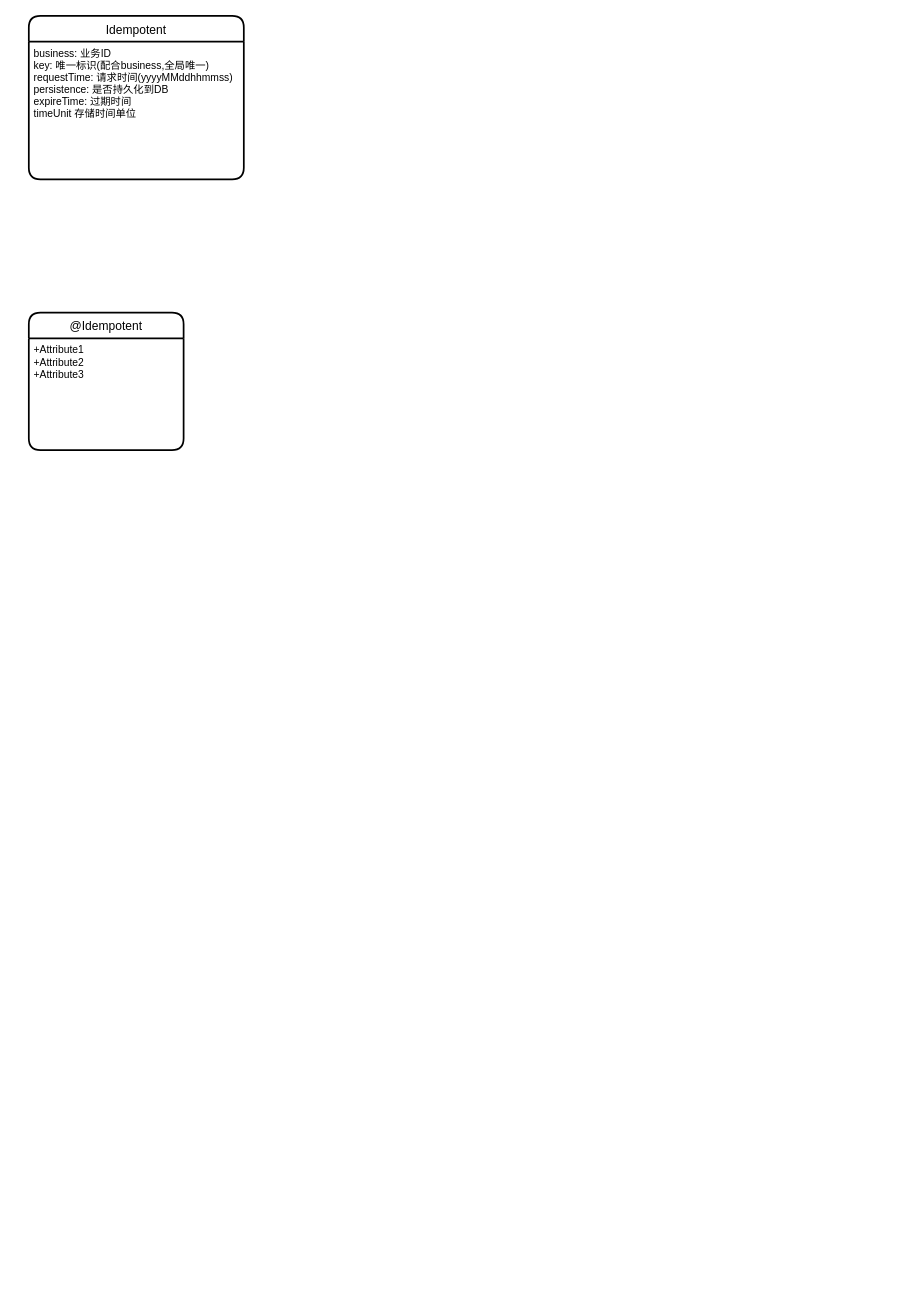
moriwuzhe/org-diagrams keeps this draw.io diagram as drawioes/幂等流程图.drawio. Above is the earlier version. Source tidied: cells renumbered, new cells numbered last; positions are measured from the earlier drawing's top-left corner, leaving out a move shared by most shapes. Both pictures are drawn from the tidied source at 86%, with x=0, y=0 at pixel (28, 15).
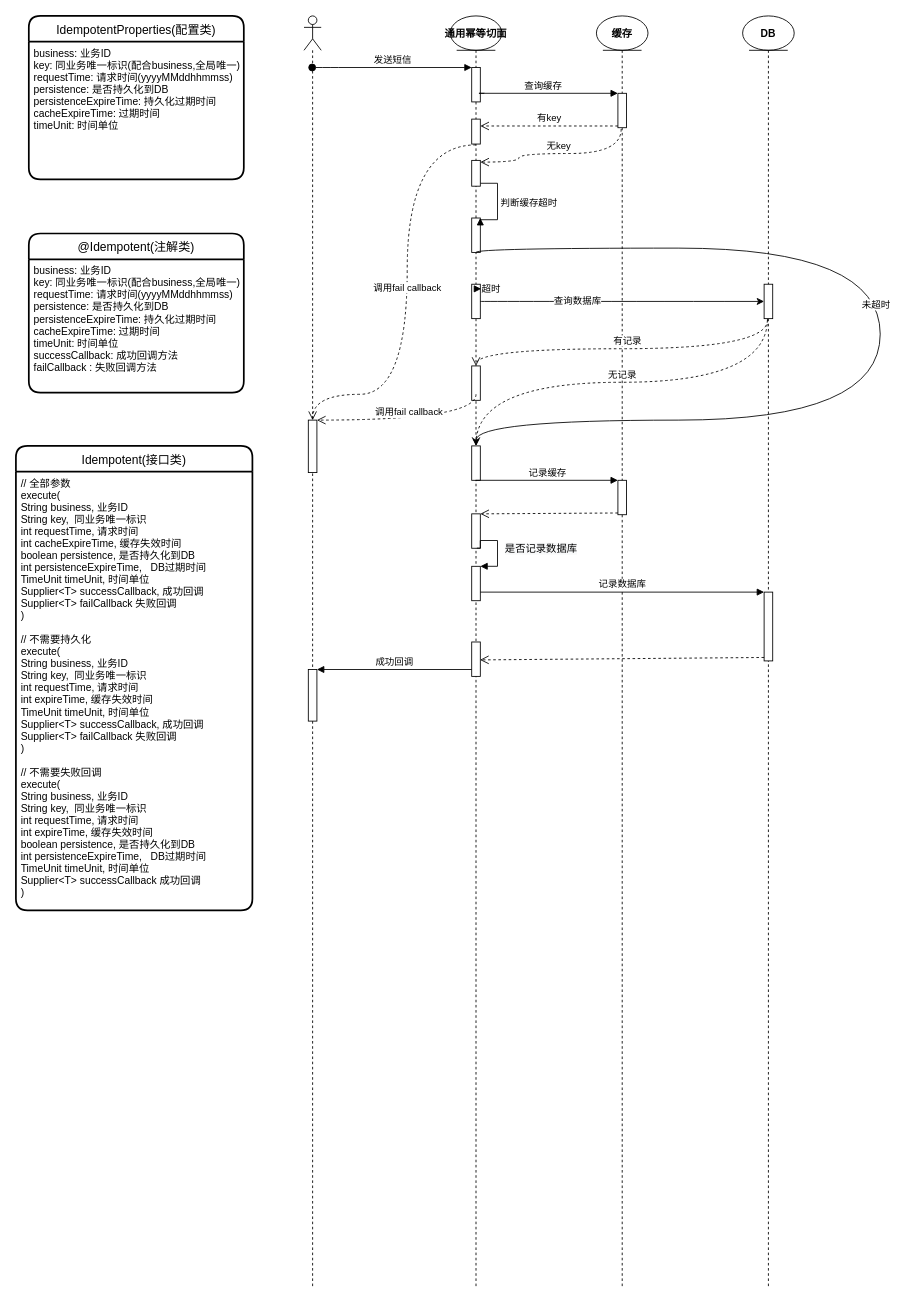
Above is the later version.

Commit message (it also covers changes not shown here):
更新幂等流程图.drawio

Diff of the diagram source:
```diff
@@
+    <mxCell id="4" value="IdempotentProperties(配置类)" style="swimlane;horizontal=1;startSize=30;rounded=1;fontSize=14;fontStyle=0;strokeWidth=2;shadow=0;dashed=0;align=center;" parent="1" vertex="1">
+      <mxGeometry width="250" height="190" as="geometry" />
+    </mxCell>
+    <mxCell id="5" value="business: 业务ID&#10;key: 同业务唯一标识(配合business,全局唯一)&#10;requestTime: 请求时间(yyyyMMddhhmmss)&#10;persistence: 是否持久化到DB&#10;persistenceExpireTime: 持久化过期时间&#10;cacheExpireTime: 过期时间&#10;timeUnit: 时间单位&#10;&#10;" style="align=left;strokeColor=none;fillColor=none;spacingLeft=4;fontSize=12;verticalAlign=top;" parent="4" vertex="1">
+      <mxGeometry y="30" width="250" height="160" as="geometry" />
+    </mxCell>
-    <mxCell id="2" value="@Idempotent" style="swimlane;horizontal=1;startSize=30;rounded=1;fontSize=14;fontStyle=0;strokeWidth=2;shadow=0;dashed=0;align=center;" parent="1" vertex="1">
-      <mxGeometry y="345" width="180" height="160" as="geometry" />
+    <mxCell id="2" value="@Idempotent(注解类)" style="swimlane;horizontal=1;startSize=30;rounded=1;fontSize=14;fontStyle=0;strokeWidth=2;shadow=0;dashed=0;align=center;" parent="1" vertex="1">
+      <mxGeometry y="253" width="250" height="185" as="geometry" />
     </mxCell>
-    <mxCell id="3" value="+Attribute1&#10;+Attribute2&#10;+Attribute3" style="align=left;strokeColor=none;fillColor=none;spacingLeft=4;fontSize=12;verticalAlign=top;" parent="2" vertex="1">
-      <mxGeometry y="30" width="180" height="130" as="geometry" />
+    <mxCell id="3" value="business: 业务ID&#10;key: 同业务唯一标识(配合business,全局唯一)&#10;requestTime: 请求时间(yyyyMMddhhmmss)&#10;persistence: 是否持久化到DB&#10;persistenceExpireTime: 持久化过期时间&#10;cacheExpireTime: 过期时间&#10;timeUnit: 时间单位&#10;successCallback: 成功回调方法&#10;failCallback : 失败回调方法&#10;&#10;&#10;" style="align=left;strokeColor=none;fillColor=none;spacingLeft=4;fontSize=12;verticalAlign=top;" parent="2" vertex="1">
+      <mxGeometry y="30" width="250" height="155" as="geometry" />
     </mxCell>
-    <mxCell id="4" value="Idempotent" style="swimlane;horizontal=1;startSize=30;rounded=1;fontSize=14;fontStyle=0;strokeWidth=2;shadow=0;dashed=0;align=center;" parent="1" vertex="1">
-      <mxGeometry width="250" height="190" as="geometry" />
-    </mxCell>
-    <mxCell id="5" value="business: 业务ID&#10;key: 唯一标识(配合business,全局唯一)&#10;requestTime: 请求时间(yyyyMMddhhmmss)&#10;persistence: 是否持久化到DB&#10;expireTime: 过期时间&#10;timeUnit 存储时间单位&#10;&#10;" style="align=left;strokeColor=none;fillColor=none;spacingLeft=4;fontSize=12;verticalAlign=top;" parent="4" vertex="1">
-      <mxGeometry y="30" width="250" height="160" as="geometry" />
-    </mxCell>
+    <mxCell id="6" value="Idempotent(接口类)" style="swimlane;horizontal=1;startSize=30;rounded=1;fontSize=14;fontStyle=0;strokeWidth=2;shadow=0;dashed=0;align=center;" parent="1" vertex="1">
+      <mxGeometry x="-15" y="500" width="275" height="540" as="geometry" />
+    </mxCell>
+    <mxCell id="7" value="// 全部参数&#10;execute(&#10;String business, 业务ID&#10;String key,  同业务唯一标识&#10;int requestTime, 请求时间&#10;int cacheExpireTime, 缓存失效时间&#10;boolean persistence, 是否持久化到DB&#10;int persistenceExpireTime,   DB过期时间&#10;TimeUnit timeUnit, 时间单位&#10;Supplier&lt;T&gt; successCallback, 成功回调&#10;Supplier&lt;T&gt; failCallback 失败回调&#10;)&#10;&#10;// 不需要持久化&#10;execute(&#10;String business, 业务ID&#10;String key,  同业务唯一标识&#10;int requestTime, 请求时间&#10;int expireTime, 缓存失效时间&#10;TimeUnit timeUnit, 时间单位&#10;Supplier&lt;T&gt; successCallback, 成功回调&#10;Supplier&lt;T&gt; failCallback 失败回调&#10;)&#10;&#10;// 不需要失败回调&#10;execute(&#10;String business, 业务ID&#10;String key,  同业务唯一标识&#10;int requestTime, 请求时间&#10;int expireTime, 缓存失效时间&#10;boolean persistence, 是否持久化到DB&#10;int persistenceExpireTime,   DB过期时间&#10;TimeUnit timeUnit, 时间单位&#10;Supplier&lt;T&gt; successCallback 成功回调&#10;)&#10;" style="align=left;strokeColor=none;fillColor=none;spacingLeft=4;fontSize=12;verticalAlign=top;" parent="6" vertex="1">
+      <mxGeometry y="30" width="275" height="510" as="geometry" />
+    </mxCell>
+    <mxCell id="8" style="shape=umlLifeline;participant=umlActor;perimeter=lifelinePerimeter;whiteSpace=wrap;html=1;verticalAlign=top;spacingTop=36;outlineConnect=0;" parent="1" vertex="1">
+      <mxGeometry x="320" width="20" height="1480" as="geometry" />
+    </mxCell>
+    <mxCell id="9" style="html=1;points=[];perimeter=orthogonalPerimeter;" parent="8" vertex="1">
+      <mxGeometry x="5" y="470" width="10" height="61" as="geometry" />
+    </mxCell>
+    <mxCell id="10" style="html=1;points=[];perimeter=orthogonalPerimeter;" parent="8" vertex="1">
+      <mxGeometry x="5" y="760" width="10" height="60" as="geometry" />
+    </mxCell>
+    <mxCell id="11" style="shape=umlLifeline;participant=umlEntity;perimeter=lifelinePerimeter;whiteSpace=wrap;html=1;verticalAlign=top;spacingTop=36;outlineConnect=0;" parent="1" vertex="1">
+      <mxGeometry x="490" width="60" height="1480" as="geometry" />
+    </mxCell>
+    <mxCell id="12" style="html=1;points=[];perimeter=orthogonalPerimeter;" parent="11" vertex="1">
+      <mxGeometry x="25" y="60" width="10" height="40" as="geometry" />
+    </mxCell>
+    <mxCell id="13" value="通用幂等切面" style="text;align=center;fontStyle=1;verticalAlign=middle;spacingLeft=3;spacingRight=3;strokeColor=none;" parent="11" vertex="1">
+      <mxGeometry x="-10" y="7" width="80" height="26" as="geometry" />
+    </mxCell>
+    <mxCell id="14" style="html=1;points=[];perimeter=orthogonalPerimeter;" parent="11" vertex="1">
+      <mxGeometry x="25" y="120" width="10" height="29" as="geometry" />
+    </mxCell>
+    <mxCell id="15" style="html=1;points=[];perimeter=orthogonalPerimeter;" parent="11" vertex="1">
+      <mxGeometry x="25" y="168" width="10" height="30" as="geometry" />
+    </mxCell>
+    <mxCell id="16" style="html=1;points=[];perimeter=orthogonalPerimeter;" parent="11" vertex="1">
+      <mxGeometry x="25" y="235" width="10" height="40" as="geometry" />
+    </mxCell>
+    <mxCell id="17" value="判断缓存超时" style="edgeStyle=orthogonalEdgeStyle;html=1;align=left;spacingLeft=2;endArrow=block;rounded=0;entryX=1;entryY=0;exitX=1.013;exitY=0.92;exitDx=0;exitDy=0;exitPerimeter=0;" parent="11" edge="1" target="16">
+      <mxGeometry relative="1" as="geometry">
+        <mxPoint x="35.1" y="194.6" as="sourcePoint" />
+        <Array as="points">
+          <mxPoint x="55" y="195" />
+          <mxPoint x="55" y="237" />
+        </Array>
+      </mxGeometry>
+    </mxCell>
+    <mxCell id="18" style="html=1;points=[];perimeter=orthogonalPerimeter;" parent="11" vertex="1">
+      <mxGeometry x="25" y="312" width="10" height="40" as="geometry" />
+    </mxCell>
+    <mxCell id="19" style="html=1;perimeter=orthogonalPerimeter;" parent="11" vertex="1">
+      <mxGeometry x="25" y="407" width="10" height="40" as="geometry" />
+    </mxCell>
+    <mxCell id="20" style="html=1;points=[];perimeter=orthogonalPerimeter;" parent="11" vertex="1">
+      <mxGeometry x="25" y="500" width="10" height="40" as="geometry" />
+    </mxCell>
+    <mxCell id="21" style="edgeStyle=orthogonalEdgeStyle;curved=1;rounded=0;jettySize=auto;html=1;entryX=0.507;entryY=-0.008;entryDx=0;entryDy=0;entryPerimeter=0;" parent="11" edge="1" target="20">
+      <mxGeometry relative="1" as="geometry">
+        <mxPoint x="30" y="275" as="sourcePoint" />
+        <Array as="points">
+          <mxPoint x="30" y="270" />
+          <mxPoint x="500" y="270" />
+          <mxPoint x="500" y="470" />
+          <mxPoint x="30" y="470" />
+        </Array>
+      </mxGeometry>
+    </mxCell>
+    <mxCell id="22" value="未超时" style="edgeLabel;html=1;align=center;verticalAlign=middle;" parent="21" vertex="1">
+      <mxGeometry x="-0.08" y="-6" relative="1" as="geometry" />
+    </mxCell>
+    <mxCell id="23" style="html=1;points=[];perimeter=orthogonalPerimeter;" parent="11" vertex="1">
+      <mxGeometry x="25" y="579" width="10" height="40" as="geometry" />
+    </mxCell>
+    <mxCell id="24" style="html=1;points=[];perimeter=orthogonalPerimeter;" parent="11" vertex="1">
+      <mxGeometry x="25" y="640" width="10" height="40" as="geometry" />
+    </mxCell>
+    <mxCell id="25" value="&lt;span style=&quot;font-size: 12px ; text-align: center ; background-color: rgb(248 , 249 , 250)&quot;&gt;是否记录数据库&lt;/span&gt;" style="edgeStyle=orthogonalEdgeStyle;html=1;align=left;spacingLeft=2;endArrow=block;rounded=0;entryX=1;entryY=0;exitX=0.599;exitY=0.997;exitDx=0;exitDy=0;exitPerimeter=0;" parent="11" edge="1" source="23" target="24">
+      <mxGeometry x="0.04" y="5" relative="1" as="geometry">
+        <Array as="points">
+          <mxPoint x="35" y="619" />
+          <mxPoint x="35" y="610" />
+          <mxPoint x="55" y="610" />
+          <mxPoint x="55" y="640" />
+        </Array>
+      </mxGeometry>
+    </mxCell>
+    <mxCell id="26" style="html=1;points=[];perimeter=orthogonalPerimeter;" parent="11" vertex="1">
+      <mxGeometry x="25" y="728" width="10" height="40" as="geometry" />
+    </mxCell>
+    <mxCell id="27" value="发送短信" style="html=1;verticalAlign=bottom;startArrow=oval;endArrow=block;startSize=8;" parent="1" edge="1" source="8" target="12">
+      <mxGeometry relative="1" as="geometry">
+        <Array as="points">
+          <mxPoint x="350" y="60" />
+        </Array>
+      </mxGeometry>
+    </mxCell>
+    <mxCell id="28" style="shape=umlLifeline;participant=umlEntity;perimeter=lifelinePerimeter;whiteSpace=wrap;html=1;verticalAlign=top;spacingTop=36;" parent="1" vertex="1">
+      <mxGeometry x="660" width="60" height="1480" as="geometry" />
+    </mxCell>
+    <mxCell id="29" value="缓存" style="text;align=center;fontStyle=1;verticalAlign=middle;spacingLeft=3;spacingRight=3;strokeColor=none;" parent="28" vertex="1">
+      <mxGeometry x="-10" y="7" width="80" height="26" as="geometry" />
+    </mxCell>
+    <mxCell id="30" style="html=1;points=[];perimeter=orthogonalPerimeter;" parent="28" vertex="1">
+      <mxGeometry x="25" y="90" width="10" height="40" as="geometry" />
+    </mxCell>
+    <mxCell id="31" style="html=1;points=[];perimeter=orthogonalPerimeter;" parent="28" vertex="1">
+      <mxGeometry x="25" y="540" width="10" height="40" as="geometry" />
+    </mxCell>
+    <mxCell id="32" style="shape=umlLifeline;participant=umlEntity;perimeter=lifelinePerimeter;whiteSpace=wrap;html=1;verticalAlign=top;spacingTop=36;" parent="1" vertex="1">
+      <mxGeometry x="830" width="60" height="1480" as="geometry" />
+    </mxCell>
+    <mxCell id="33" value="DB" style="text;align=center;fontStyle=1;verticalAlign=middle;spacingLeft=3;spacingRight=3;strokeColor=none;" parent="32" vertex="1">
+      <mxGeometry x="-10" y="7" width="80" height="26" as="geometry" />
+    </mxCell>
+    <mxCell id="34" style="html=1;points=[];perimeter=orthogonalPerimeter;" parent="32" vertex="1">
+      <mxGeometry x="25" y="312" width="10" height="40" as="geometry" />
+    </mxCell>
+    <mxCell id="35" style="html=1;points=[];perimeter=orthogonalPerimeter;" parent="32" vertex="1">
+      <mxGeometry x="25" y="670" width="10" height="80" as="geometry" />
+    </mxCell>
+    <mxCell id="36" value="查询缓存" style="html=1;verticalAlign=bottom;endArrow=block;entryX=0;entryY=0;" parent="1" edge="1" target="30">
+      <mxGeometry relative="1" as="geometry">
+        <mxPoint x="530" y="90" as="sourcePoint" />
+        <Array as="points">
+          <mxPoint x="520" y="90" />
+        </Array>
+      </mxGeometry>
+    </mxCell>
+    <mxCell id="37" value="有key" style="html=1;verticalAlign=bottom;endArrow=open;dashed=1;endSize=8;exitX=0;exitY=0.95;" parent="1" edge="1" source="30" target="14">
+      <mxGeometry relative="1" as="geometry" />
+    </mxCell>
+    <mxCell id="38" value="调用fail callback" style="html=1;verticalAlign=bottom;endArrow=open;dashed=1;endSize=8;edgeStyle=orthogonalEdgeStyle;curved=1;" parent="1" edge="1" target="9">
+      <mxGeometry relative="1" as="geometry">
+        <mxPoint x="520" y="150" as="sourcePoint" />
+        <Array as="points">
+          <mxPoint x="440" y="150" />
+          <mxPoint x="440" y="440" />
+          <mxPoint x="330" y="440" />
+        </Array>
+      </mxGeometry>
+    </mxCell>
+    <mxCell id="39" value="无key" style="html=1;verticalAlign=bottom;endArrow=open;dashed=1;endSize=8;edgeStyle=orthogonalEdgeStyle;curved=1;exitX=0.38;exitY=1.038;exitDx=0;exitDy=0;exitPerimeter=0;" parent="1" edge="1" source="30" target="15">
+      <mxGeometry relative="1" as="geometry">
+        <Array as="points">
+          <mxPoint x="689" y="160" />
+          <mxPoint x="570" y="160" />
+          <mxPoint x="570" y="170" />
+        </Array>
+      </mxGeometry>
+    </mxCell>
+    <mxCell id="40" value="超时" style="edgeStyle=orthogonalEdgeStyle;html=1;align=left;spacingLeft=2;endArrow=block;rounded=0;entryX=1;entryY=0;" parent="1" edge="1" source="11">
+      <mxGeometry relative="1" as="geometry">
+        <mxPoint x="526" y="317.4" as="targetPoint" />
+        <Array as="points">
+          <mxPoint x="546" y="275" />
+          <mxPoint x="546" y="317" />
+        </Array>
+      </mxGeometry>
+    </mxCell>
+    <mxCell id="41" style="edgeStyle=orthogonalEdgeStyle;curved=1;rounded=0;jettySize=auto;html=1;" parent="1" edge="1" source="18" target="34">
+      <mxGeometry relative="1" as="geometry" />
+    </mxCell>
+    <mxCell id="42" value="查询数据库" style="edgeLabel;html=1;align=center;verticalAlign=middle;" parent="41" vertex="1">
+      <mxGeometry x="-0.32" y="1" relative="1" as="geometry" />
+    </mxCell>
+    <mxCell id="43" value="有记录" style="html=1;verticalAlign=bottom;endArrow=open;dashed=1;endSize=8;exitX=0.392;exitY=1.042;exitDx=0;exitDy=0;exitPerimeter=0;edgeStyle=orthogonalEdgeStyle;curved=1;" parent="1" edge="1" source="34">
+      <mxGeometry relative="1" as="geometry">
+        <mxPoint x="520" y="407" as="targetPoint" />
+        <Array as="points">
+          <mxPoint x="859" y="387" />
+          <mxPoint x="520" y="387" />
+        </Array>
+      </mxGeometry>
+    </mxCell>
+    <mxCell id="44" value="调用fail callback" style="html=1;verticalAlign=bottom;endArrow=open;dashed=1;endSize=8;edgeStyle=orthogonalEdgeStyle;curved=1;" parent="1" edge="1" target="9">
+      <mxGeometry relative="1" as="geometry">
+        <mxPoint x="520" y="440" as="sourcePoint" />
+        <Array as="points">
+          <mxPoint x="520" y="470" />
+        </Array>
+      </mxGeometry>
+    </mxCell>
+    <mxCell id="45" value="无记录" style="html=1;verticalAlign=bottom;endArrow=open;dashed=1;endSize=8;edgeStyle=orthogonalEdgeStyle;curved=1;exitX=0.392;exitY=1.008;exitDx=0;exitDy=0;exitPerimeter=0;" parent="1" edge="1" source="34" target="20">
+      <mxGeometry relative="1" as="geometry" />
+    </mxCell>
+    <mxCell id="46" value="记录缓存" style="html=1;verticalAlign=bottom;endArrow=block;entryX=0;entryY=0;" parent="1" edge="1" source="11" target="31">
+      <mxGeometry relative="1" as="geometry" />
+    </mxCell>
+    <mxCell id="47" style="html=1;verticalAlign=bottom;endArrow=open;dashed=1;endSize=8;exitX=0;exitY=0.95;" parent="1" edge="1" source="31" target="23">
+      <mxGeometry relative="1" as="geometry" />
+    </mxCell>
+    <mxCell id="48" value="记录数据库" style="html=1;verticalAlign=bottom;endArrow=block;entryX=0;entryY=0;" parent="1" edge="1" source="24" target="35">
+      <mxGeometry relative="1" as="geometry" />
+    </mxCell>
+    <mxCell id="49" style="html=1;verticalAlign=bottom;endArrow=open;dashed=1;endSize=8;exitX=0;exitY=0.95;entryX=0.967;entryY=0.521;entryDx=0;entryDy=0;entryPerimeter=0;" parent="1" edge="1" source="35" target="26">
+      <mxGeometry relative="1" as="geometry" />
+    </mxCell>
+    <mxCell id="50" value="成功回调" style="html=1;verticalAlign=bottom;endArrow=block;entryX=1;entryY=0;" parent="1" edge="1" source="26" target="10">
+      <mxGeometry relative="1" as="geometry" />
+    </mxCell>
```
